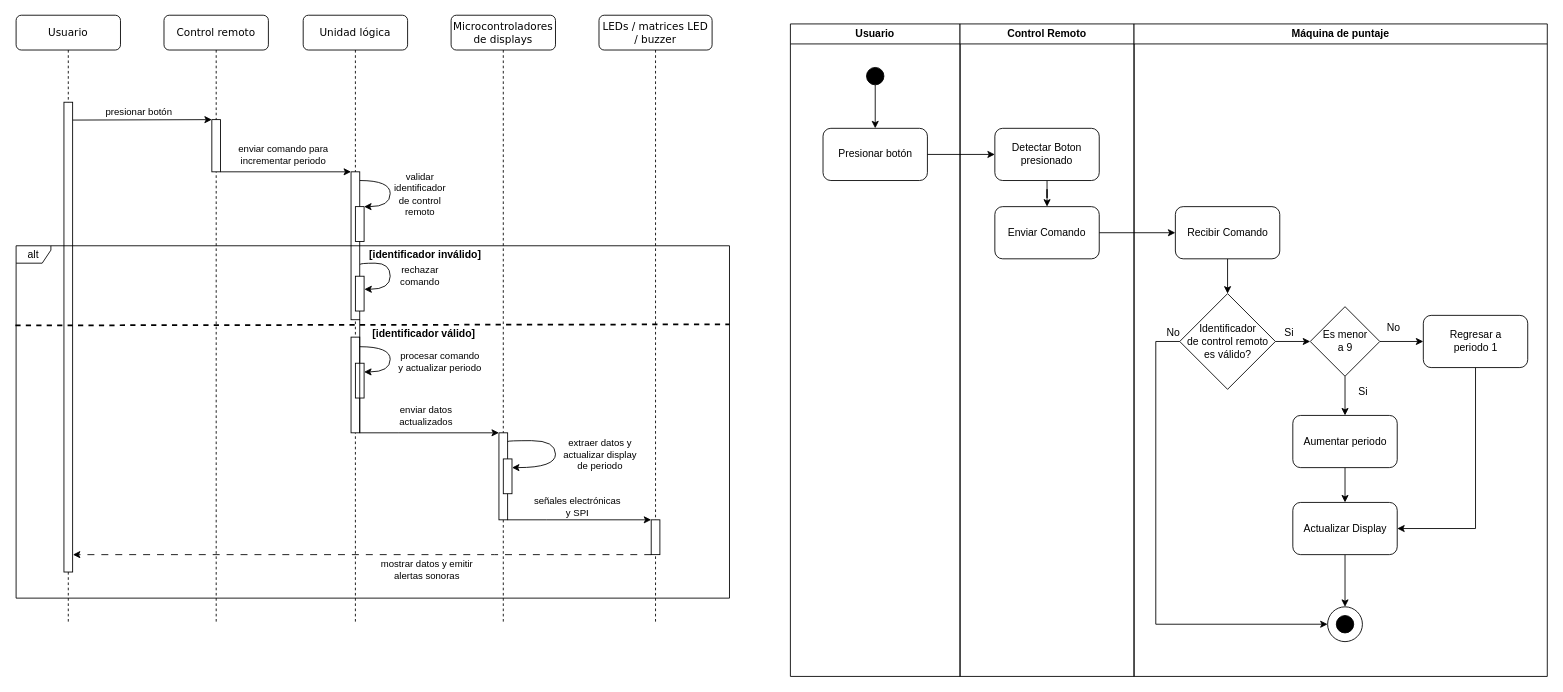
Before: Design/UML/Seq and Act/Machine/cm7-increase-period.drawio in Diego-Hiriart/Capstone_Hiriart-Corales-Samaniego, a draw.io diagram. Source tidied: cells renumbered, new cells numbered last; positions are measured from the earlier drawing's top-left corner, leaving out a move shared by most shapes. Both pictures are drawn from the tidied source at 87%, with x=0, y=0 at pixel (16, 15).
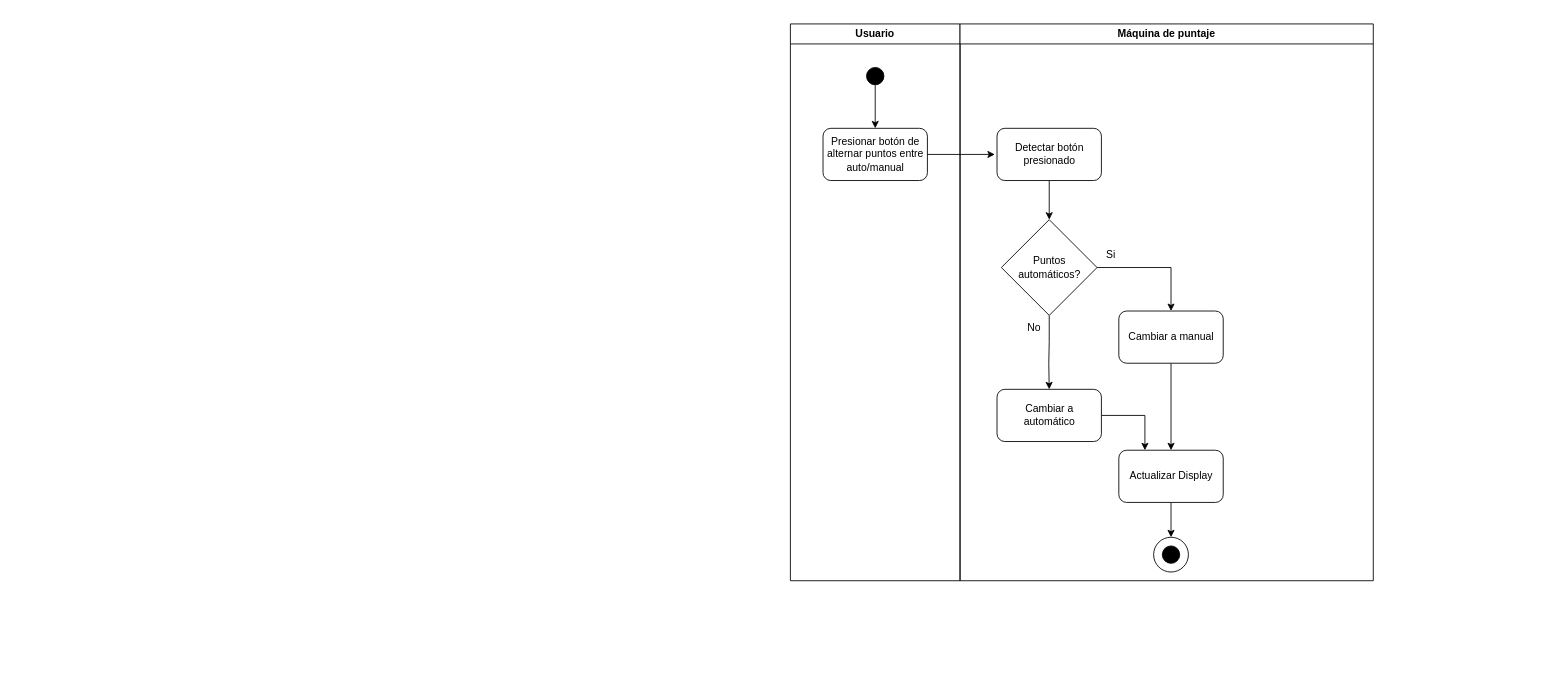
The same page after the edit.

The change refers to these unchanged cells:
```xml
<mxCell id="63" style="ellipse;whiteSpace=wrap;html=1;" parent="62" vertex="1">
  <mxGeometry width="40" height="40" as="geometry" />
</mxCell>
```

The edit, as a diff of the source:
```diff
@@
     <mxCell id="2" value="Usuario" style="swimlane;whiteSpace=wrap;html=1;startSize=23;" parent="1" vertex="1">
-      <mxGeometry x="890" y="10" width="195" height="750" as="geometry" />
+      <mxGeometry x="890" y="10" width="195" height="640" as="geometry" />
     </mxCell>
@@
-    <mxCell id="4" value="Presionar botón" style="rounded=1;whiteSpace=wrap;html=1;" parent="2" vertex="1">
+    <mxCell id="4" value="Presionar botón de alternar puntos entre auto/manual" style="rounded=1;whiteSpace=wrap;html=1;" parent="2" vertex="1">
       <mxGeometry x="37.5" y="120" width="120" height="60" as="geometry" />
     </mxCell>
@@
-    <mxCell id="6" value="Control Remoto" style="swimlane;whiteSpace=wrap;html=1;" parent="1" vertex="1">
-      <mxGeometry x="1085" y="10" width="200" height="750" as="geometry" />
-    </mxCell>
-    <mxCell id="7" style="edgeStyle=orthogonalEdgeStyle;rounded=0;jettySize=auto;html=1;" parent="6" edge="1" source="8" target="9">
-      <mxGeometry relative="1" as="geometry" />
-    </mxCell>
-    <mxCell id="8" value="Detectar Boton presionado" style="rounded=1;whiteSpace=wrap;html=1;" parent="6" vertex="1">
-      <mxGeometry x="40" y="120" width="120" height="60" as="geometry" />
-    </mxCell>
-    <mxCell id="9" value="Enviar Comando" style="rounded=1;whiteSpace=wrap;html=1;" parent="6" vertex="1">
-      <mxGeometry x="40" y="210" width="120" height="60" as="geometry" />
-    </mxCell>
-    <mxCell id="10" style="edgeStyle=orthogonalEdgeStyle;rounded=0;jettySize=auto;html=1;" parent="1" edge="1" source="4" target="8">
-      <mxGeometry relative="1" as="geometry" />
+    <mxCell id="10" style="edgeStyle=orthogonalEdgeStyle;rounded=0;jettySize=auto;html=1;" parent="1" edge="1" source="4">
+      <mxGeometry relative="1" as="geometry">
+        <mxPoint x="1125" y="160" as="targetPoint" />
+      </mxGeometry>
     </mxCell>
-    <mxCell id="11" value="Control remoto" style="shape=umlLifeline;perimeter=lifelinePerimeter;whiteSpace=wrap;html=1;rounded=1;shadow=0;comic=0;labelBackgroundColor=none;strokeWidth=1;fontFamily=Verdana;fontSize=12;align=center;" parent="1" vertex="1">
-      <mxGeometry x="170" width="120" height="700" as="geometry" />
-    </mxCell>
-    <mxCell id="12" style="rounded=0;whiteSpace=wrap;html=1;" parent="11" vertex="1">
-      <mxGeometry x="55" y="120" width="10" height="60" as="geometry" />
-    </mxCell>
-    <mxCell id="13" value="Unidad lógica" style="shape=umlLifeline;perimeter=lifelinePerimeter;whiteSpace=wrap;html=1;rounded=1;shadow=0;comic=0;labelBackgroundColor=none;strokeWidth=1;fontFamily=Verdana;fontSize=12;align=center;" parent="1" vertex="1">
-      <mxGeometry x="330" width="120" height="700" as="geometry" />
-    </mxCell>
-    <mxCell id="14" style="rounded=0;whiteSpace=wrap;html=1;" parent="13" vertex="1">
-      <mxGeometry x="55" y="370" width="10" height="110" as="geometry" />
-    </mxCell>
-    <mxCell id="15" style="rounded=0;whiteSpace=wrap;html=1;" parent="13" vertex="1">
-      <mxGeometry x="55" y="180" width="10" height="170" as="geometry" />
-    </mxCell>
-    <mxCell id="16" style="endArrow=classic;html=1;rounded=0;exitX=1.03;exitY=0.151;exitDx=0;exitDy=0;edgeStyle=orthogonalEdgeStyle;curved=1;entryX=1;entryY=0;entryDx=0;entryDy=0;exitPerimeter=0;" parent="13" edge="1" target="18">
-      <mxGeometry relative="1" as="geometry">
-        <mxPoint x="65.1" y="190" as="sourcePoint" />
-        <Array as="points">
-          <mxPoint x="100" y="190" />
-          <mxPoint x="100" y="220" />
-        </Array>
-      </mxGeometry>
-    </mxCell>
-    <mxCell id="17" value="validar &lt;br&gt;identificador&lt;br&gt;de control&lt;br&gt;remoto" style="edgeLabel;html=1;align=center;verticalAlign=middle;" parent="16" vertex="1">
-      <mxGeometry x="-0.13" y="-1" relative="1" as="geometry">
-        <mxPoint x="34" y="9" as="offset" />
-      </mxGeometry>
-    </mxCell>
-    <mxCell id="18" style="rounded=0;whiteSpace=wrap;html=1;" parent="13" vertex="1">
-      <mxGeometry x="60" y="220" width="10" height="40" as="geometry" />
-    </mxCell>
-    <mxCell id="19" value="[identificador inválido]" style="text;html=1;strokeColor=none;fillColor=none;align=center;verticalAlign=middle;whiteSpace=wrap;rounded=0;fontStyle=1;" parent="13" vertex="1">
-      <mxGeometry x="74.5" y="265" width="131" height="20" as="geometry" />
-    </mxCell>
-    <mxCell id="20" value="[identificador válido]" style="text;html=1;strokeColor=none;fillColor=none;align=center;verticalAlign=middle;whiteSpace=wrap;rounded=0;fontStyle=1;" parent="13" vertex="1">
-      <mxGeometry x="74.5" y="356" width="128.1" height="20" as="geometry" />
-    </mxCell>
-    <mxCell id="21" style="rounded=0;whiteSpace=wrap;html=1;" parent="13" vertex="1">
-      <mxGeometry x="60" y="300" width="10" height="40" as="geometry" />
-    </mxCell>
-    <mxCell id="22" style="endArrow=classic;html=1;rounded=0;exitX=1.019;exitY=0.627;exitDx=0;exitDy=0;edgeStyle=orthogonalEdgeStyle;curved=1;entryX=1.032;entryY=0.375;entryDx=0;entryDy=0;entryPerimeter=0;exitPerimeter=0;" parent="13" edge="1" source="15" target="21">
-      <mxGeometry relative="1" as="geometry">
-        <Array as="points">
-          <mxPoint x="65" y="285" />
-          <mxPoint x="100" y="285" />
-          <mxPoint x="100" y="315" />
-        </Array>
-      </mxGeometry>
-    </mxCell>
-    <mxCell id="23" value="rechazar &lt;br&gt;comando" style="edgeLabel;html=1;align=center;verticalAlign=middle;" parent="22" vertex="1">
-      <mxGeometry x="-0.13" y="-1" relative="1" as="geometry">
-        <mxPoint x="34" y="9" as="offset" />
-      </mxGeometry>
-    </mxCell>
-    <mxCell id="24" style="rounded=0;whiteSpace=wrap;html=1;" parent="13" vertex="1">
-      <mxGeometry x="60" y="400" width="10" height="40" as="geometry" />
-    </mxCell>
-    <mxCell id="25" style="endArrow=classic;html=1;rounded=0;edgeStyle=orthogonalEdgeStyle;curved=1;" parent="13" edge="1" source="14">
-      <mxGeometry relative="1" as="geometry">
-        <mxPoint x="70" y="410" as="targetPoint" />
-        <Array as="points">
-          <mxPoint x="100" y="381" />
-          <mxPoint x="100" y="410" />
-        </Array>
-      </mxGeometry>
-    </mxCell>
-    <mxCell id="26" value="procesar comando&lt;br&gt;y actualizar periodo" style="edgeLabel;html=1;align=center;verticalAlign=middle;" parent="25" vertex="1">
-      <mxGeometry x="-0.13" y="-1" relative="1" as="geometry">
-        <mxPoint x="57" y="11" as="offset" />
-      </mxGeometry>
-    </mxCell>
-    <mxCell id="27" value="Microcontroladores de displays" style="shape=umlLifeline;perimeter=lifelinePerimeter;whiteSpace=wrap;html=1;rounded=1;shadow=0;comic=0;labelBackgroundColor=none;strokeWidth=1;fontFamily=Verdana;fontSize=12;align=center;size=40;" parent="1" vertex="1">
-      <mxGeometry x="500" width="120" height="700" as="geometry" />
-    </mxCell>
-    <mxCell id="28" value="LEDs / matrices LED / buzzer" style="shape=umlLifeline;perimeter=lifelinePerimeter;whiteSpace=wrap;html=1;rounded=1;shadow=0;comic=0;labelBackgroundColor=none;strokeWidth=1;fontFamily=Verdana;fontSize=12;align=center;" parent="1" vertex="1">
-      <mxGeometry x="670" width="130" height="700" as="geometry" />
-    </mxCell>
-    <mxCell id="29" value="Usuario" style="shape=umlLifeline;perimeter=lifelinePerimeter;whiteSpace=wrap;html=1;rounded=1;shadow=0;comic=0;labelBackgroundColor=none;strokeWidth=1;fontFamily=Verdana;fontSize=12;align=center;" parent="1" vertex="1">
-      <mxGeometry width="120" height="700" as="geometry" />
-    </mxCell>
-    <mxCell id="30" style="rounded=0;whiteSpace=wrap;html=1;" parent="29" vertex="1">
-      <mxGeometry x="55" y="100" width="10" height="540" as="geometry" />
-    </mxCell>
-    <mxCell id="31" style="endArrow=classic;html=1;rounded=0;exitX=1.032;exitY=0.038;exitDx=0;exitDy=0;exitPerimeter=0;entryX=0;entryY=0;entryDx=0;entryDy=0;" parent="1" edge="1" source="30" target="12">
-      <mxGeometry relative="1" as="geometry" />
-    </mxCell>
-    <mxCell id="32" value="presionar botón" style="edgeLabel;html=1;align=center;verticalAlign=middle;" parent="31" vertex="1">
-      <mxGeometry x="-0.13" y="-1" relative="1" as="geometry">
-        <mxPoint x="6" y="-11" as="offset" />
-      </mxGeometry>
-    </mxCell>
-    <mxCell id="33" style="endArrow=classic;html=1;rounded=0;exitX=1;exitY=1;exitDx=0;exitDy=0;entryX=0;entryY=0;entryDx=0;entryDy=0;" parent="1" edge="1" source="12" target="15">
-      <mxGeometry relative="1" as="geometry" />
-    </mxCell>
-    <mxCell id="34" value="enviar comando para&lt;br&gt;incrementar periodo" style="edgeLabel;html=1;align=center;verticalAlign=middle;" parent="33" vertex="1">
-      <mxGeometry x="-0.13" y="-1" relative="1" as="geometry">
-        <mxPoint x="6" y="-21" as="offset" />
-      </mxGeometry>
-    </mxCell>
-    <mxCell id="35" value="alt" style="shape=umlFrame;whiteSpace=wrap;html=1;width=40;height=20;" parent="1" vertex="1">
-      <mxGeometry y="265" width="820" height="405" as="geometry" />
-    </mxCell>
-    <mxCell id="36" style="edgeStyle=orthogonalEdgeStyle;rounded=0;jettySize=auto;html=1;exitX=1;exitY=1;exitDx=0;exitDy=0;entryX=0;entryY=0;entryDx=0;entryDy=0;" parent="1" edge="1" source="38" target="46">
-      <mxGeometry relative="1" as="geometry">
-        <Array as="points">
-          <mxPoint x="610" y="580" />
-          <mxPoint x="610" y="580" />
-        </Array>
-      </mxGeometry>
-    </mxCell>
-    <mxCell id="37" value="señales electrónicas &lt;br&gt;y SPI" style="edgeLabel;html=1;align=center;verticalAlign=middle;" parent="36" vertex="1">
-      <mxGeometry x="-0.18" y="-2" relative="1" as="geometry">
-        <mxPoint x="11" y="-18" as="offset" />
-      </mxGeometry>
-    </mxCell>
-    <mxCell id="38" style="rounded=0;whiteSpace=wrap;html=1;" parent="1" vertex="1">
-      <mxGeometry x="555" y="480" width="10" height="100" as="geometry" />
-    </mxCell>
-    <mxCell id="39" style="edgeStyle=orthogonalEdgeStyle;rounded=0;jettySize=auto;html=1;exitX=1;exitY=1;exitDx=0;exitDy=0;entryX=0;entryY=0;entryDx=0;entryDy=0;" parent="1" edge="1" source="15" target="38">
-      <mxGeometry relative="1" as="geometry">
-        <Array as="points">
-          <mxPoint x="440" y="480" />
-          <mxPoint x="440" y="480" />
-        </Array>
-      </mxGeometry>
-    </mxCell>
-    <mxCell id="40" value="enviar datos &lt;br&gt;actualizados" style="edgeLabel;html=1;align=center;verticalAlign=middle;" parent="39" vertex="1">
-      <mxGeometry x="-0.1" relative="1" as="geometry">
-        <mxPoint x="74" y="-20" as="offset" />
-      </mxGeometry>
-    </mxCell>
-    <mxCell id="41" style="rounded=0;whiteSpace=wrap;html=1;" parent="1" vertex="1">
-      <mxGeometry x="560" y="510" width="10" height="40" as="geometry" />
-    </mxCell>
-    <mxCell id="42" style="endArrow=classic;html=1;rounded=0;edgeStyle=orthogonalEdgeStyle;curved=1;entryX=1;entryY=0.25;entryDx=0;entryDy=0;" parent="1" edge="1" target="41">
-      <mxGeometry relative="1" as="geometry">
-        <mxPoint x="565" y="490" as="sourcePoint" />
-        <Array as="points">
-          <mxPoint x="620" y="489" />
-          <mxPoint x="620" y="520" />
-        </Array>
-      </mxGeometry>
-    </mxCell>
-    <mxCell id="43" value="extraer datos y &lt;br&gt;actualizar display&lt;br&gt;de periodo" style="edgeLabel;html=1;align=center;verticalAlign=middle;" parent="42" vertex="1">
-      <mxGeometry x="-0.13" y="-1" relative="1" as="geometry">
-        <mxPoint x="51" y="11" as="offset" />
-      </mxGeometry>
-    </mxCell>
-    <mxCell id="44" style="edgeStyle=orthogonalEdgeStyle;rounded=0;jettySize=auto;html=1;exitX=0;exitY=1;exitDx=0;exitDy=0;entryX=1.028;entryY=0.963;entryDx=0;entryDy=0;entryPerimeter=0;dashed=1;dashPattern=8 8;" parent="1" edge="1" source="46" target="30">
-      <mxGeometry relative="1" as="geometry">
-        <Array as="points">
-          <mxPoint x="550" y="620" />
-          <mxPoint x="550" y="620" />
-        </Array>
-      </mxGeometry>
-    </mxCell>
-    <mxCell id="45" value="mostrar datos y emitir &lt;br&gt;alertas sonoras" style="edgeLabel;html=1;align=center;verticalAlign=middle;" parent="44" vertex="1">
-      <mxGeometry x="-0.3" relative="1" as="geometry">
-        <mxPoint x="-26" y="17" as="offset" />
-      </mxGeometry>
-    </mxCell>
-    <mxCell id="46" style="rounded=0;whiteSpace=wrap;html=1;" parent="1" vertex="1">
-      <mxGeometry x="730" y="580" width="10" height="40" as="geometry" />
-    </mxCell>
     <mxCell id="47" value="Máquina de puntaje" style="swimlane;whiteSpace=wrap;html=1;" parent="1" vertex="1">
-      <mxGeometry x="1285" y="10" width="475" height="750" as="geometry" />
+      <mxGeometry x="1085" y="10" width="475" height="640" as="geometry" />
     </mxCell>
-    <mxCell id="48" style="edgeStyle=orthogonalEdgeStyle;rounded=0;jettySize=auto;html=1;" parent="47" edge="1" source="49" target="57">
-      <mxGeometry relative="1" as="geometry" />
-    </mxCell>
-    <mxCell id="49" value="Aumentar periodo" style="rounded=1;whiteSpace=wrap;html=1;" parent="47" vertex="1">
-      <mxGeometry x="182.5" y="450" width="120" height="60" as="geometry" />
-    </mxCell>
-    <mxCell id="50" style="edgeStyle=orthogonalEdgeStyle;rounded=0;jettySize=auto;html=1;entryX=0;entryY=0.5;entryDx=0;entryDy=0;" parent="47" edge="1" source="52" target="63">
+    <mxCell id="50" style="edgeStyle=orthogonalEdgeStyle;rounded=0;jettySize=auto;html=1;entryX=0.5;entryY=0;entryDx=0;entryDy=0;" parent="47" edge="1" source="52" target="74">
       <mxGeometry relative="1" as="geometry">
         <Array as="points">
-          <mxPoint x="25" y="365" />
-          <mxPoint x="25" y="690" />
+          <mxPoint x="102" y="365" />
+          <mxPoint x="102" y="365" />
+          <mxPoint x="102" y="390" />
+          <mxPoint x="102" y="390" />
         </Array>
       </mxGeometry>
     </mxCell>
-    <mxCell id="51" style="edgeStyle=orthogonalEdgeStyle;rounded=0;jettySize=auto;html=1;" parent="47" edge="1" source="52" target="60">
+    <mxCell id="51" style="edgeStyle=orthogonalEdgeStyle;rounded=0;jettySize=auto;html=1;entryX=0.5;entryY=0;entryDx=0;entryDy=0;" parent="47" edge="1" source="52" target="66">
       <mxGeometry relative="1" as="geometry" />
     </mxCell>
-    <mxCell id="52" value="Identificador&lt;br&gt;de control remoto es válido?" style="rhombus;whiteSpace=wrap;html=1;" parent="47" vertex="1">
-      <mxGeometry x="52.5" y="310" width="110" height="110" as="geometry" />
+    <mxCell id="52" value="Puntos &lt;br&gt;automáticos?" style="rhombus;whiteSpace=wrap;html=1;" parent="47" vertex="1">
+      <mxGeometry x="47.5" y="225" width="110" height="110" as="geometry" />
     </mxCell>
-    <mxCell id="53" style="edgeStyle=orthogonalEdgeStyle;rounded=0;jettySize=auto;html=1;" parent="47" edge="1" source="54" target="52">
-      <mxGeometry relative="1" as="geometry" />
-    </mxCell>
-    <mxCell id="54" value="Recibir Comando" style="rounded=1;whiteSpace=wrap;html=1;" parent="47" vertex="1">
-      <mxGeometry x="47.5" y="210" width="120" height="60" as="geometry" />
-    </mxCell>
     <mxCell id="55" value="No" style="text;html=1;align=center;verticalAlign=middle;strokeColor=none;fillColor=none;" parent="47" vertex="1">
-      <mxGeometry x="25" y="340" width="40" height="30" as="geometry" />
+      <mxGeometry x="65" y="335" width="40" height="30" as="geometry" />
     </mxCell>
@@
     <mxCell id="57" value="Actualizar Display" style="rounded=1;whiteSpace=wrap;html=1;" parent="47" vertex="1">
-      <mxGeometry x="182.5" y="550" width="120" height="60" as="geometry" />
+      <mxGeometry x="182.5" y="490" width="120" height="60" as="geometry" />
     </mxCell>
-    <mxCell id="58" style="edgeStyle=orthogonalEdgeStyle;rounded=0;jettySize=auto;html=1;" parent="47" edge="1" source="60" target="49">
-      <mxGeometry relative="1" as="geometry" />
-    </mxCell>
-    <mxCell id="59" style="edgeStyle=orthogonalEdgeStyle;rounded=0;jettySize=auto;html=1;" parent="47" edge="1" source="60" target="66">
-      <mxGeometry relative="1" as="geometry" />
-    </mxCell>
-    <mxCell id="60" value="Es menor&lt;br&gt;a 9" style="rhombus;whiteSpace=wrap;html=1;" parent="47" vertex="1">
-      <mxGeometry x="202.5" y="325" width="80" height="80" as="geometry" />
-    </mxCell>
     <mxCell id="61" value="Si" style="text;html=1;align=center;verticalAlign=middle;strokeColor=none;fillColor=none;" parent="47" vertex="1">
-      <mxGeometry x="162.5" y="340" width="30" height="30" as="geometry" />
+      <mxGeometry x="157.5" y="250" width="30" height="30" as="geometry" />
     </mxCell>
+    <mxCell id="65" style="edgeStyle=orthogonalEdgeStyle;rounded=0;jettySize=auto;html=1;exitX=0.5;exitY=1;exitDx=0;exitDy=0;" parent="47" edge="1" source="66" target="57">
+      <mxGeometry relative="1" as="geometry" />
+    </mxCell>
+    <mxCell id="66" value="Cambiar a manual" style="rounded=1;whiteSpace=wrap;html=1;" parent="47" vertex="1">
+      <mxGeometry x="182.5" y="330" width="120" height="60" as="geometry" />
+    </mxCell>
+    <mxCell id="71" style="edgeStyle=orthogonalEdgeStyle;rounded=0;jettySize=auto;html=1;exitX=0.5;exitY=1;exitDx=0;exitDy=0;entryX=0.5;entryY=0;entryDx=0;entryDy=0;" parent="47" edge="1" source="72" target="52">
+      <mxGeometry relative="1" as="geometry" />
+    </mxCell>
+    <mxCell id="72" value="Detectar botón presionado" style="rounded=1;whiteSpace=wrap;html=1;" parent="47" vertex="1">
+      <mxGeometry x="42.5" y="120" width="120" height="60" as="geometry" />
+    </mxCell>
+    <mxCell id="73" style="edgeStyle=orthogonalEdgeStyle;rounded=0;jettySize=auto;html=1;exitX=1;exitY=0.5;exitDx=0;exitDy=0;entryX=0.25;entryY=0;entryDx=0;entryDy=0;" parent="47" edge="1" source="74" target="57">
+      <mxGeometry relative="1" as="geometry" />
+    </mxCell>
+    <mxCell id="74" value="Cambiar a &lt;br&gt;automático" style="rounded=1;whiteSpace=wrap;html=1;" parent="47" vertex="1">
+      <mxGeometry x="42.5" y="420" width="120" height="60" as="geometry" />
+    </mxCell>
     <mxCell id="62" style="group;" parent="47" vertex="1">
-      <mxGeometry x="222.5" y="670" width="40" height="40" as="geometry" />
+      <mxGeometry x="222.5" y="590" width="40" height="40" as="geometry" />
     </mxCell>
@@
-    <mxCell id="65" style="edgeStyle=orthogonalEdgeStyle;rounded=0;jettySize=auto;html=1;" parent="47" edge="1" source="66" target="57">
-      <mxGeometry relative="1" as="geometry">
-        <Array as="points">
-          <mxPoint x="392.5" y="580" />
-        </Array>
-      </mxGeometry>
-    </mxCell>
-    <mxCell id="66" value="Regresar a &lt;br&gt;periodo 1" style="rounded=1;whiteSpace=wrap;html=1;" parent="47" vertex="1">
-      <mxGeometry x="332.5" y="335" width="120" height="60" as="geometry" />
-    </mxCell>
-    <mxCell id="67" value="No" style="text;html=1;align=center;verticalAlign=middle;strokeColor=none;fillColor=none;" parent="47" vertex="1">
-      <mxGeometry x="277.5" y="335" width="40" height="30" as="geometry" />
-    </mxCell>
-    <mxCell id="68" style="edgeStyle=orthogonalEdgeStyle;rounded=0;jettySize=auto;html=1;" parent="1" edge="1" source="9" target="54">
-      <mxGeometry relative="1" as="geometry" />
-    </mxCell>
-    <mxCell id="69" style="endArrow=none;dashed=1;html=1;strokeWidth=2;rounded=0;exitX=-0.001;exitY=0.226;exitDx=0;exitDy=0;exitPerimeter=0;entryX=1;entryY=0.223;entryDx=0;entryDy=0;entryPerimeter=0;" parent="1" edge="1" source="35" target="35">
-      <mxGeometry relative="1" as="geometry" />
-    </mxCell>
-    <mxCell id="70" value="Si" style="text;html=1;align=center;verticalAlign=middle;strokeColor=none;fillColor=none;" parent="1" vertex="1">
-      <mxGeometry x="1532.5" y="418" width="30" height="30" as="geometry" />
-    </mxCell>
```
